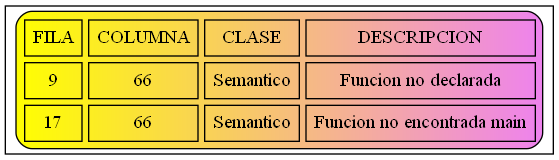
JoseMore99/OLC2_P1_201701015 keeps this Graphviz diagram as Errores.png. Above is the earlier version. Its source is kept beside it as Errores.dot.
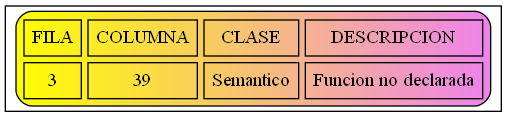
Later version of the same file.

Change to the diagram source:
```diff
@@ -2,7 +2,6 @@
 node [shape=record];
 a0 [label=<<TABLE border="1" cellspacing="5" cellpadding="5" style="rounded" bgcolor="yellow:violet">
 "<TR><TD>FILA</TD><TD>COLUMNA</TD><TD>CLASE</TD><TD>DESCRIPCION</TD></TR>
-<TR><TD>9</TD><TD>66</TD><TD>Semantico</TD><TD>Funcion no declarada</TD></TR>
-<TR><TD>17</TD><TD>66</TD><TD>Semantico</TD><TD>Funcion no encontrada main</TD></TR>
+<TR><TD>3</TD><TD>39</TD><TD>Semantico</TD><TD>Funcion no declarada</TD></TR>
 </TABLE>>];
 }
```
